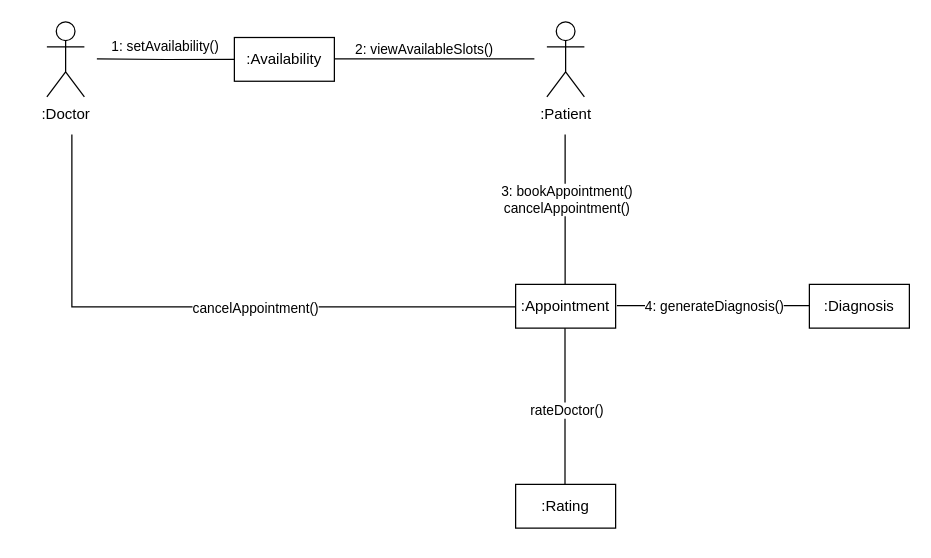
This is diagrams/Collaboration_Diagram1.drawio from dimitry-lzs/seBackend, a draw.io file, before an edit. Source tidied: cells renumbered, new cells numbered last; positions are measured from the earlier drawing's top-left corner, leaving out a move shared by most shapes. Both pictures are drawn from the tidied source at 125%, with x=0, y=0 at pixel (46, 21).
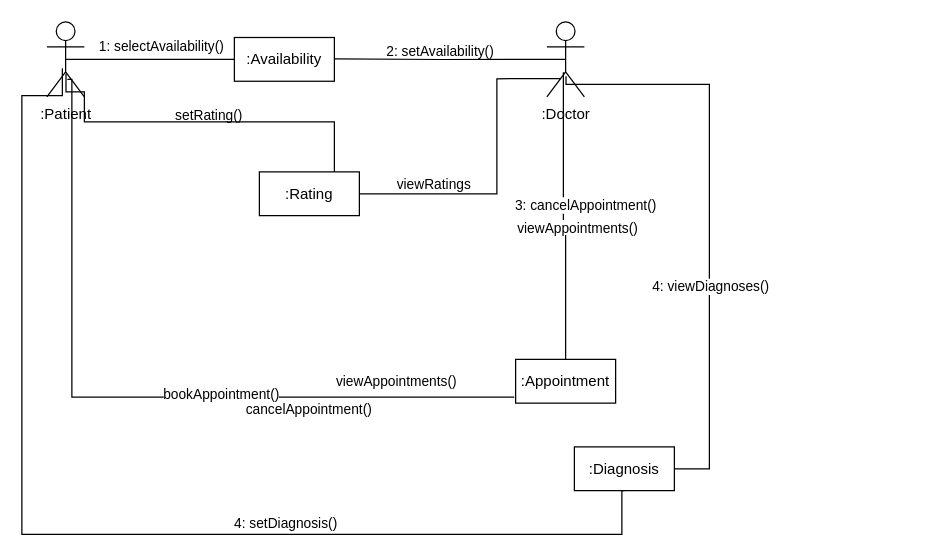
Above is the later version.

Commit message:
tis nixtas ta kamomata ta vlepei i mera kai gelaei

The change refers to these unchanged cells:
```xml
<mxCell id="6" value=":Availability" style="html=1;whiteSpace=wrap;" parent="1" vertex="1">
  <mxGeometry x="150" y="12.5" width="80" height="35" as="geometry" />
</mxCell>
```

What changed in the source:
```diff
@@
     <mxCell id="2" value=":Patient" style="shape=umlActor;verticalLabelPosition=bottom;verticalAlign=top;html=1;" parent="1" vertex="1">
-      <mxGeometry x="400" width="30" height="60" as="geometry" />
+      <mxGeometry width="30" height="60" as="geometry" />
     </mxCell>
     <mxCell id="3" value=":Doctor" style="shape=umlActor;verticalLabelPosition=bottom;verticalAlign=top;html=1;" parent="1" vertex="1">
-      <mxGeometry width="30" height="60" as="geometry" />
+      <mxGeometry x="400" width="30" height="60" as="geometry" />
     </mxCell>
-    <mxCell id="4" style="endArrow=none;html=1;edgeStyle=orthogonalEdgeStyle;rounded=0;entryX=0;entryY=0.5;entryDx=0;entryDy=0;" parent="1" edge="1" target="6">
-      <mxGeometry relative="1" as="geometry">
-        <mxPoint x="40" y="29.6" as="sourcePoint" />
-      </mxGeometry>
+    <mxCell id="4" style="endArrow=none;html=1;edgeStyle=orthogonalEdgeStyle;rounded=0;entryX=0;entryY=0.5;entryDx=0;entryDy=0;exitX=0.5;exitY=0.5;exitDx=0;exitDy=0;exitPerimeter=0;" parent="1" edge="1" source="2" target="6">
+      <mxGeometry relative="1" as="geometry" />
     </mxCell>
-    <mxCell id="5" value="1: setAvailability()" style="edgeLabel;html=1;align=left;verticalAlign=bottom;" parent="4" vertex="1">
+    <mxCell id="5" value="1: selectAvailability()" style="edgeLabel;html=1;align=left;verticalAlign=bottom;" parent="4" vertex="1">
       <mxGeometry x="-1" relative="1" as="geometry">
-        <mxPoint x="10" y="-2" as="offset" />
+        <mxPoint x="25" y="-2" as="offset" />
       </mxGeometry>
     </mxCell>
@@
-    <mxCell id="7" style="endArrow=none;html=1;edgeStyle=orthogonalEdgeStyle;rounded=0;" parent="1" edge="1">
+    <mxCell id="7" style="endArrow=none;html=1;edgeStyle=orthogonalEdgeStyle;rounded=0;entryX=0.5;entryY=0.5;entryDx=0;entryDy=0;entryPerimeter=0;" parent="1" edge="1" target="3">
       <mxGeometry relative="1" as="geometry">
         <mxPoint x="230" y="29.6" as="sourcePoint" />
-        <mxPoint x="390" y="29.6" as="targetPoint" />
       </mxGeometry>
     </mxCell>
-    <mxCell id="8" style="endArrow=none;html=1;edgeStyle=orthogonalEdgeStyle;rounded=0;" parent="1" edge="1">
-      <mxGeometry relative="1" as="geometry">
-        <mxPoint x="414.6" y="90" as="sourcePoint" />
-        <mxPoint x="414.6" y="210" as="targetPoint" />
-      </mxGeometry>
+    <mxCell id="8" style="endArrow=none;html=1;edgeStyle=orthogonalEdgeStyle;rounded=0;entryX=0.5;entryY=0;entryDx=0;entryDy=0;exitX=0.44;exitY=0.673;exitDx=0;exitDy=0;exitPerimeter=0;" parent="1" edge="1" source="3" target="9">
+      <mxGeometry relative="1" as="geometry" />
     </mxCell>
     <mxCell id="9" value=":Appointment" style="html=1;whiteSpace=wrap;" parent="1" vertex="1">
-      <mxGeometry x="375" y="210" width="80" height="35" as="geometry" />
+      <mxGeometry x="375" y="270" width="80" height="35" as="geometry" />
     </mxCell>
-    <mxCell id="10" style="endArrow=none;html=1;edgeStyle=orthogonalEdgeStyle;rounded=0;" parent="1" edge="1">
-      <mxGeometry relative="1" as="geometry">
-        <mxPoint x="414.5" y="245" as="sourcePoint" />
-        <mxPoint x="414.5" y="374" as="targetPoint" />
-        <Array as="points">
-          <mxPoint x="414.5" y="310" />
-          <mxPoint x="414.5" y="310" />
-        </Array>
-      </mxGeometry>
-    </mxCell>
-    <mxCell id="11" value="&lt;div&gt;rateDoctor()&lt;/div&gt;" style="edgeLabel;html=1;align=center;verticalAlign=middle;" parent="10" vertex="1">
-      <mxGeometry relative="1" as="geometry">
-        <mxPoint x="1" as="offset" />
-      </mxGeometry>
-    </mxCell>
-    <mxCell id="12" value="3: bookAppointment()&lt;div&gt;&lt;span style=&quot;&quot;&gt;cancelAppointment()&lt;/span&gt;&lt;/div&gt;" style="edgeLabel;html=1;align=center;verticalAlign=bottom;" parent="1" vertex="1">
-      <mxGeometry x="415" y="140" as="geometry">
-        <mxPoint y="17" as="offset" />
+    <mxCell id="12" value="3: &lt;span style=&quot;background-color: light-dark(#ffffff, var(--ge-dark-color, #121212));&quot;&gt;cancelAppointment()&lt;/span&gt;" style="edgeLabel;html=1;align=center;verticalAlign=bottom;" parent="1" vertex="1">
+      <mxGeometry x="422" y="130" as="geometry">
+        <mxPoint x="8" y="25" as="offset" />
       </mxGeometry>
     </mxCell>
-    <mxCell id="13" value="&lt;font style=&quot;font-size: 11px;&quot;&gt;2: viewAvailableSlots()&lt;/font&gt;" style="text;whiteSpace=wrap;html=1;" parent="1" vertex="1">
-      <mxGeometry x="245" y="7.5" width="130" height="22.5" as="geometry" />
+    <mxCell id="13" value="&lt;font style=&quot;font-size: 11px;&quot;&gt;2: setAvailability()&lt;/font&gt;" style="text;whiteSpace=wrap;html=1;" parent="1" vertex="1">
+      <mxGeometry x="270" y="10" width="105" height="10" as="geometry" />
     </mxCell>
     <mxCell id="14" value=":Rating" style="html=1;whiteSpace=wrap;" parent="1" vertex="1">
-      <mxGeometry x="375" y="370" width="80" height="35" as="geometry" />
+      <mxGeometry x="170" y="120" width="80" height="35" as="geometry" />
     </mxCell>
-    <mxCell id="15" style="endArrow=none;html=1;edgeStyle=orthogonalEdgeStyle;rounded=0;entryX=0.002;entryY=0.515;entryDx=0;entryDy=0;entryPerimeter=0;" parent="1" edge="1" target="9">
+    <mxCell id="15" style="endArrow=none;html=1;edgeStyle=orthogonalEdgeStyle;rounded=0;entryX=-0.014;entryY=0.862;entryDx=0;entryDy=0;entryPerimeter=0;exitX=0.547;exitY=0.767;exitDx=0;exitDy=0;exitPerimeter=0;" parent="1" edge="1" source="2" target="9">
       <mxGeometry relative="1" as="geometry">
-        <mxPoint x="20" y="90" as="sourcePoint" />
         <Array as="points">
-          <mxPoint x="20" y="228" />
+          <mxPoint x="20" y="46" />
+          <mxPoint x="20" y="300" />
         </Array>
       </mxGeometry>
     </mxCell>
-    <mxCell id="16" value="cancelAppointment()" style="edgeLabel;html=1;align=center;verticalAlign=middle;" parent="15" vertex="1">
-      <mxGeometry relative="1" as="geometry">
-        <mxPoint x="38" as="offset" />
-      </mxGeometry>
-    </mxCell>
-    <mxCell id="17" style="endArrow=none;html=1;edgeStyle=orthogonalEdgeStyle;rounded=0;" parent="1" edge="1">
+    <mxCell id="17" style="endArrow=none;html=1;edgeStyle=orthogonalEdgeStyle;rounded=0;entryX=0.511;entryY=0.725;entryDx=0;entryDy=0;entryPerimeter=0;exitX=1;exitY=0.5;exitDx=0;exitDy=0;" parent="1" edge="1" source="20" target="3">
       <mxGeometry relative="1" as="geometry">
-        <mxPoint x="456" y="227" as="sourcePoint" />
-        <mxPoint x="611" y="227" as="targetPoint" />
         <Array as="points">
-          <mxPoint x="456.4" y="227" />
+          <mxPoint x="530" y="358" />
+          <mxPoint x="530" y="50" />
+          <mxPoint x="415" y="50" />
         </Array>
       </mxGeometry>
     </mxCell>
-    <mxCell id="18" value="4: generateDiagnosis()" style="edgeLabel;html=1;align=center;verticalAlign=middle;" parent="17" vertex="1">
+    <mxCell id="18" value="4: viewDiagnoses()" style="edgeLabel;html=1;align=center;verticalAlign=middle;" parent="17" vertex="1">
       <mxGeometry relative="1" as="geometry">
-        <mxPoint x="-1" as="offset" />
+        <mxPoint y="54" as="offset" />
       </mxGeometry>
     </mxCell>
@@
     <mxCell id="20" value=":Diagnosis" style="html=1;whiteSpace=wrap;" parent="1" vertex="1">
-      <mxGeometry x="610" y="210" width="80" height="35" as="geometry" />
+      <mxGeometry x="422" y="340" width="80" height="35" as="geometry" />
     </mxCell>
+    <mxCell id="21" value="&lt;span style=&quot;color: rgb(0, 0, 0); font-size: 11px; text-wrap-mode: nowrap; background-color: rgb(255, 255, 255);&quot;&gt;viewAppointments()&lt;/span&gt;" style="text;strokeColor=none;align=center;fillColor=none;html=1;verticalAlign=middle;whiteSpace=wrap;rounded=0;" parent="1" vertex="1">
+      <mxGeometry x="230" y="282.5" width="100" height="10" as="geometry" />
+    </mxCell>
+    <mxCell id="16" value="&lt;span style=&quot;color: rgb(0, 0, 0); font-size: 11px; text-wrap-mode: nowrap; background-color: rgb(255, 255, 255);&quot;&gt;cancelAppointment()&lt;/span&gt;" style="text;strokeColor=none;align=center;fillColor=none;html=1;verticalAlign=middle;whiteSpace=wrap;rounded=0;" parent="1" vertex="1">
+      <mxGeometry x="160" y="305" width="100" height="10" as="geometry" />
+    </mxCell>
+    <mxCell id="22" value="&lt;span style=&quot;color: rgb(0, 0, 0); font-size: 11px; text-wrap-mode: nowrap; background-color: rgb(255, 255, 255);&quot;&gt;setRating()&lt;/span&gt;" style="text;strokeColor=none;align=center;fillColor=none;html=1;verticalAlign=middle;whiteSpace=wrap;rounded=0;" parent="1" vertex="1">
+      <mxGeometry x="80" y="70" width="100" height="10" as="geometry" />
+    </mxCell>
+    <mxCell id="23" value="&lt;span style=&quot;color: rgb(0, 0, 0); font-size: 11px; text-wrap-mode: nowrap; background-color: rgb(255, 255, 255);&quot;&gt;viewAppointments()&lt;/span&gt;" style="text;strokeColor=none;align=center;fillColor=none;html=1;verticalAlign=middle;whiteSpace=wrap;rounded=0;" parent="1" vertex="1">
+      <mxGeometry x="375" y="160" width="100" height="10" as="geometry" />
+    </mxCell>
+    <mxCell id="24" style="endArrow=none;html=1;edgeStyle=orthogonalEdgeStyle;rounded=0;entryX=0.75;entryY=0;entryDx=0;entryDy=0;exitX=0.51;exitY=0.688;exitDx=0;exitDy=0;exitPerimeter=0;" parent="1" edge="1" source="2" target="14">
+      <mxGeometry relative="1" as="geometry">
+        <Array as="points">
+          <mxPoint x="15" y="56" />
+          <mxPoint x="30" y="56" />
+          <mxPoint x="30" y="80" />
+          <mxPoint x="230" y="80" />
+        </Array>
+      </mxGeometry>
+    </mxCell>
+    <mxCell id="25" style="endArrow=none;html=1;edgeStyle=orthogonalEdgeStyle;rounded=0;entryX=1;entryY=0.5;entryDx=0;entryDy=0;exitX=0.378;exitY=0.758;exitDx=0;exitDy=0;exitPerimeter=0;" parent="1" edge="1" source="3" target="14">
+      <mxGeometry relative="1" as="geometry">
+        <Array as="points">
+          <mxPoint x="360" y="46" />
+          <mxPoint x="360" y="138" />
+        </Array>
+      </mxGeometry>
+    </mxCell>
+    <mxCell id="26" value="&lt;span style=&quot;color: rgb(0, 0, 0); font-size: 11px; text-wrap-mode: nowrap; background-color: rgb(255, 255, 255);&quot;&gt;bookAppointment()&lt;/span&gt;" style="text;strokeColor=none;align=center;fillColor=none;html=1;verticalAlign=middle;whiteSpace=wrap;rounded=0;" parent="1" vertex="1">
+      <mxGeometry x="90" y="292.5" width="100" height="10" as="geometry" />
+    </mxCell>
+    <mxCell id="27" value="&lt;span style=&quot;color: rgb(0, 0, 0); font-size: 11px; text-wrap-mode: nowrap; background-color: rgb(255, 255, 255);&quot;&gt;viewRatings&lt;/span&gt;" style="text;strokeColor=none;align=center;fillColor=none;html=1;verticalAlign=middle;whiteSpace=wrap;rounded=0;" parent="1" vertex="1">
+      <mxGeometry x="260" y="125" width="100" height="10" as="geometry" />
+    </mxCell>
+    <mxCell id="28" style="endArrow=none;html=1;edgeStyle=orthogonalEdgeStyle;rounded=0;entryX=0.5;entryY=1;entryDx=0;entryDy=0;exitX=0.413;exitY=0.62;exitDx=0;exitDy=0;exitPerimeter=0;" parent="1" edge="1" source="2" target="20">
+      <mxGeometry relative="1" as="geometry">
+        <Array as="points">
+          <mxPoint x="12" y="59" />
+          <mxPoint x="-20" y="59" />
+          <mxPoint x="-20" y="410" />
+          <mxPoint x="460" y="410" />
+          <mxPoint x="460" y="375" />
+        </Array>
+      </mxGeometry>
+    </mxCell>
+    <mxCell id="29" value="4: setDiagnosis()" style="edgeLabel;html=1;align=center;verticalAlign=middle;" parent="1" vertex="1">
+      <mxGeometry x="190" y="400" as="geometry" />
+    </mxCell>
```
